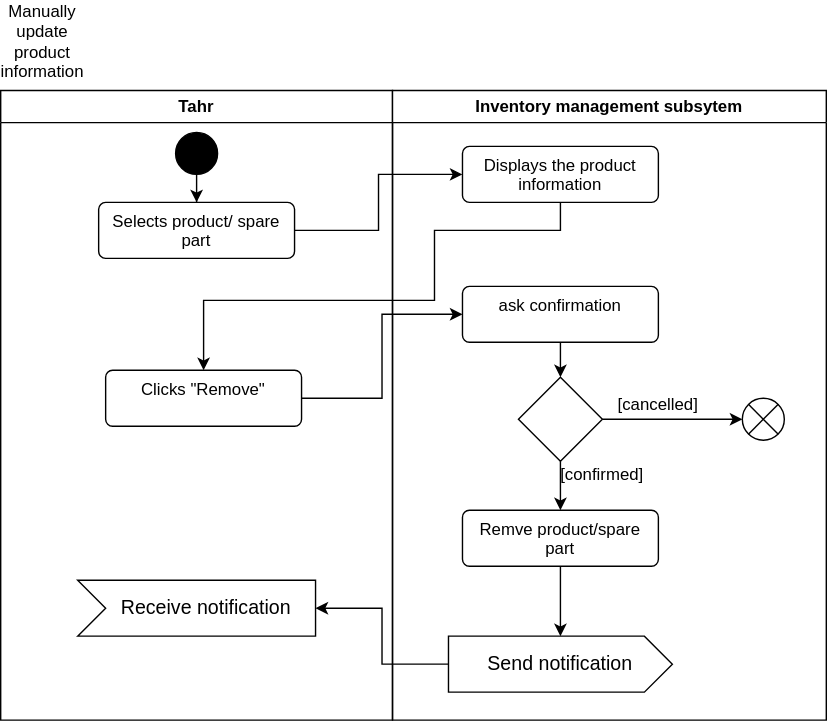
Simamkele88/IFM3_GP keeps this draw.io diagram as Update_prods.svg. Above is the earlier version. Source tidied: cells renumbered, new cells last; positions are measured from the earlier drawing's top-left corner, leaving out a move shared by most shapes. Source of this version:
```xml
<mxGraphModel>
  <root>
    <mxCell id="0" />
    <mxCell id="1" parent="0" />
    <mxCell id="2" value="Tahr" style="swimlane;whiteSpace=wrap;html=1;" parent="1" vertex="1">
      <mxGeometry y="50" width="280" height="450" as="geometry" />
    </mxCell>
    <mxCell id="3" style="edgeStyle=orthogonalEdgeStyle;rounded=0;jettySize=auto;html=1;entryX=0.5;entryY=0;entryDx=0;entryDy=0;" parent="2" edge="1" source="4" target="5">
      <mxGeometry relative="1" as="geometry" />
    </mxCell>
    <mxCell id="4" style="ellipse;fillColor=strokeColor;html=1;" parent="2" vertex="1">
      <mxGeometry x="125" y="30" width="30" height="30" as="geometry" />
    </mxCell>
    <mxCell id="5" value="Selects product/ spare part" style="html=1;align=center;verticalAlign=top;rounded=1;absoluteArcSize=1;arcSize=10;dashed=0;whiteSpace=wrap;" parent="2" vertex="1">
      <mxGeometry x="70" y="80" width="140" height="40" as="geometry" />
    </mxCell>
    <mxCell id="6" value="Clicks &quot;Remove&quot;&lt;span style=&quot;color: rgba(0, 0, 0, 0); font-family: monospace; font-size: 0px; text-align: start; text-wrap-mode: nowrap;&quot;&gt;%3CmxGraphModel%3E%3Croot%3E%3CmxCell%20id%3D%220%22%2F%3E%3CmxCell%20id%3D%221%22%20parent%3D%220%22%2F%3E%3CmxCell%20id%3D%222%22%20value%3D%22Selects%20product%2F%20spare%20part%22%20style%3D%22html%3D1%3Balign%3Dcenter%3BverticalAlign%3Dtop%3Brounded%3D1%3BabsoluteArcSize%3D1%3BarcSize%3D10%3Bdashed%3D0%3BwhiteSpace%3Dwrap%3B%22%20vertex%3D%221%22%20parent%3D%221%22%3E%3CmxGeometry%20x%3D%22185%22%20y%3D%22270%22%20width%3D%22140%22%20height%3D%2240%22%20as%3D%22geometry%22%2F%3E%3C%2FmxCell%3E%3C%2Froot%3E%3C%2FmxGraphModel%3E&lt;/span&gt;" style="html=1;align=center;verticalAlign=top;rounded=1;absoluteArcSize=1;arcSize=10;dashed=0;whiteSpace=wrap;" parent="2" vertex="1">
      <mxGeometry x="75" y="200" width="140" height="40" as="geometry" />
    </mxCell>
    <mxCell id="7" value="Receive notification" style="html=1;shape=mxgraph.infographic.ribbonSimple;notch1=20;notch2=0;align=center;verticalAlign=middle;fontSize=14;fontStyle=0;fillColor=#FFFFFF;flipH=0;spacingRight=0;spacingLeft=14;whiteSpace=wrap;" parent="2" vertex="1">
      <mxGeometry x="55" y="350" width="170" height="40" as="geometry" />
    </mxCell>
    <mxCell id="8" value="Inventory management subsytem" style="swimlane;whiteSpace=wrap;html=1;" parent="1" vertex="1">
      <mxGeometry x="280" y="50" width="310" height="450" as="geometry" />
    </mxCell>
    <mxCell id="9" value="Displays the product information" style="html=1;align=center;verticalAlign=top;rounded=1;absoluteArcSize=1;arcSize=10;dashed=0;whiteSpace=wrap;" parent="8" vertex="1">
      <mxGeometry x="50" y="40" width="140" height="40" as="geometry" />
    </mxCell>
    <mxCell id="10" style="edgeStyle=orthogonalEdgeStyle;rounded=0;jettySize=auto;html=1;" parent="8" edge="1" source="11" target="14">
      <mxGeometry relative="1" as="geometry" />
    </mxCell>
    <mxCell id="11" value="ask confirmation" style="html=1;align=center;verticalAlign=top;rounded=1;absoluteArcSize=1;arcSize=10;dashed=0;whiteSpace=wrap;" parent="8" vertex="1">
      <mxGeometry x="50" y="140" width="140" height="40" as="geometry" />
    </mxCell>
    <mxCell id="12" style="edgeStyle=orthogonalEdgeStyle;rounded=0;jettySize=auto;html=1;" parent="8" edge="1" source="14" target="15">
      <mxGeometry relative="1" as="geometry" />
    </mxCell>
    <mxCell id="13" style="edgeStyle=orthogonalEdgeStyle;rounded=0;jettySize=auto;html=1;" parent="8" edge="1" source="14" target="18">
      <mxGeometry relative="1" as="geometry" />
    </mxCell>
    <mxCell id="14" style="rhombus;whiteSpace=wrap;html=1;" parent="8" vertex="1">
      <mxGeometry x="90" y="205" width="60" height="60" as="geometry" />
    </mxCell>
    <mxCell id="15" style="shape=sumEllipse;perimeter=ellipsePerimeter;html=1;backgroundOutline=1;" parent="8" vertex="1">
      <mxGeometry x="250" y="220" width="30" height="30" as="geometry" />
    </mxCell>
    <mxCell id="16" value="[cancelled]" style="text;html=1;align=center;verticalAlign=middle;whiteSpace=wrap;rounded=0;" parent="8" vertex="1">
      <mxGeometry x="160" y="210" width="60" height="30" as="geometry" />
    </mxCell>
    <mxCell id="17" style="edgeStyle=orthogonalEdgeStyle;rounded=0;jettySize=auto;html=1;" parent="8" edge="1" source="18" target="20">
      <mxGeometry relative="1" as="geometry" />
    </mxCell>
    <mxCell id="18" value="Remve product/spare part" style="html=1;align=center;verticalAlign=top;rounded=1;absoluteArcSize=1;arcSize=10;dashed=0;whiteSpace=wrap;" parent="8" vertex="1">
      <mxGeometry x="50" y="300" width="140" height="40" as="geometry" />
    </mxCell>
    <mxCell id="19" value="[confirmed]" style="text;html=1;align=center;verticalAlign=middle;whiteSpace=wrap;rounded=0;" parent="8" vertex="1">
      <mxGeometry x="120" y="260" width="60" height="30" as="geometry" />
    </mxCell>
    <mxCell id="20" value="Send notification" style="html=1;shape=mxgraph.infographic.ribbonSimple;notch1=0;notch2=20;align=center;verticalAlign=middle;fontSize=14;fontStyle=0;fillColor=#FFFFFF;whiteSpace=wrap;" parent="8" vertex="1">
      <mxGeometry x="40" y="390" width="160" height="40" as="geometry" />
    </mxCell>
    <mxCell id="21" value="Manually update product information" style="text;html=1;align=center;verticalAlign=middle;whiteSpace=wrap;rounded=0;" parent="1" vertex="1">
      <mxGeometry width="60" height="30" as="geometry" />
    </mxCell>
    <mxCell id="22" style="edgeStyle=orthogonalEdgeStyle;rounded=0;jettySize=auto;html=1;entryX=1;entryY=0.5;entryDx=0;entryDy=0;entryPerimeter=0;" parent="1" edge="1" source="20" target="7">
      <mxGeometry relative="1" as="geometry" />
    </mxCell>
    <mxCell id="23" style="edgeStyle=orthogonalEdgeStyle;rounded=0;jettySize=auto;html=1;entryX=0;entryY=0.5;entryDx=0;entryDy=0;" parent="1" edge="1" source="5" target="9">
      <mxGeometry relative="1" as="geometry" />
    </mxCell>
    <mxCell id="24" style="edgeStyle=orthogonalEdgeStyle;rounded=0;jettySize=auto;html=1;entryX=0.5;entryY=0;entryDx=0;entryDy=0;exitX=0.5;exitY=1;exitDx=0;exitDy=0;" parent="1" edge="1" source="9" target="6">
      <mxGeometry relative="1" as="geometry">
        <Array as="points">
          <mxPoint x="400" y="150" />
          <mxPoint x="310" y="150" />
          <mxPoint x="310" y="200" />
          <mxPoint x="145" y="200" />
        </Array>
      </mxGeometry>
    </mxCell>
    <mxCell id="25" style="edgeStyle=orthogonalEdgeStyle;rounded=0;jettySize=auto;html=1;entryX=0;entryY=0.5;entryDx=0;entryDy=0;" parent="1" edge="1" source="6" target="11">
      <mxGeometry relative="1" as="geometry" />
    </mxCell>
  </root>
</mxGraphModel>
```
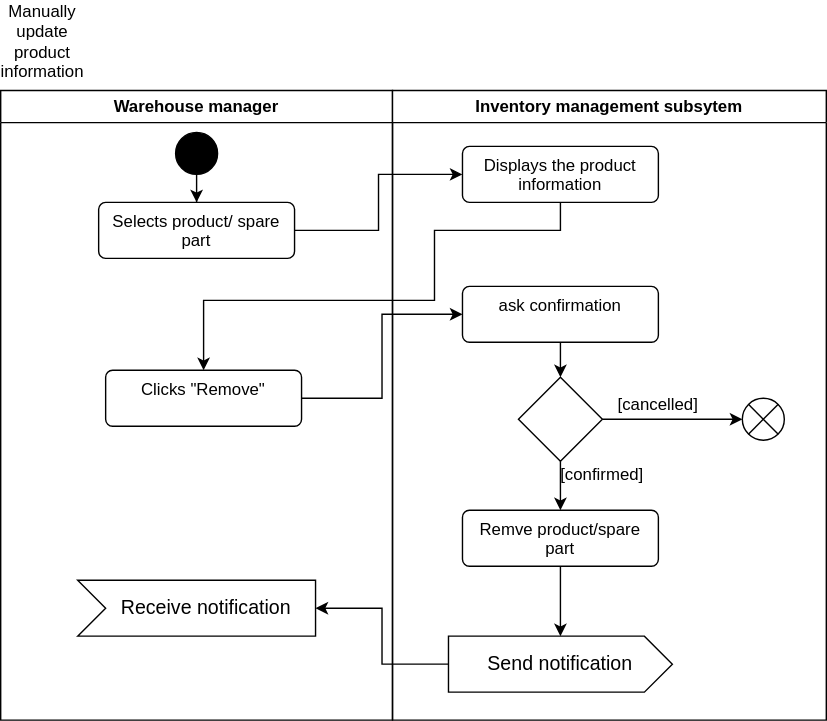
The same diagram one commit later.

What changed in the source:
```diff
@@ -2,7 +2,7 @@
   <root>
     <mxCell id="0" />
     <mxCell id="1" parent="0" />
-    <mxCell id="2" value="Tahr" style="swimlane;whiteSpace=wrap;html=1;" parent="1" vertex="1">
+    <mxCell id="2" value="Warehouse manager" style="swimlane;whiteSpace=wrap;html=1;" parent="1" vertex="1">
       <mxGeometry y="50" width="280" height="450" as="geometry" />
     </mxCell>
     <mxCell id="3" style="edgeStyle=orthogonalEdgeStyle;rounded=0;jettySize=auto;html=1;entryX=0.5;entryY=0;entryDx=0;entryDy=0;" parent="2" edge="1" source="4" target="5">
```
